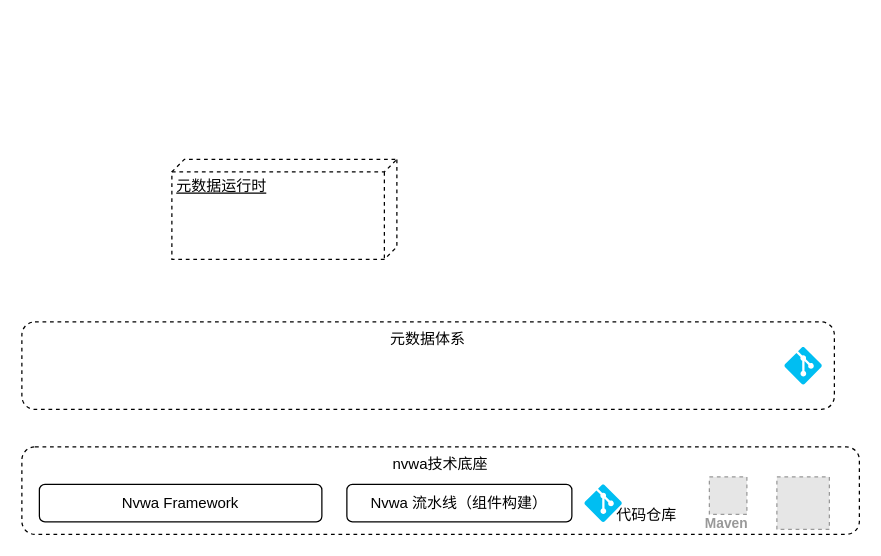
The draw.io diagram page "架构图" (1 of 2) of 轻量级业务构建体系.drawio in lornezhang66/draw.io, before the edit. Source tidied: cells renumbered, new cells numbered last; positions are measured from the earlier drawing's top-left corner, leaving out a move shared by most shapes. Both pictures are drawn from the tidied source at 125%, with x=0, y=0 at pixel (21, 159). Pictures stored in the file or linked from it are replaced by grey dashed boxes.
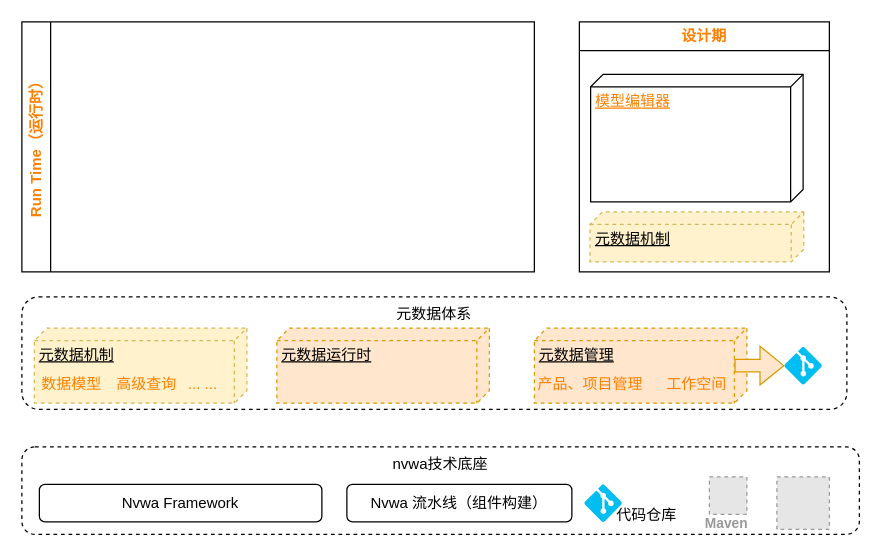
Above is the later version.

Commit message (it also covers changes not shown here):
更新轻量级业务构建体系.drawio

Unchanged cells that the change refers to:
```xml
<mxCell id="9" style="verticalLabelPosition=bottom;html=1;verticalAlign=top;align=center;strokeColor=none;fillColor=#00BEF2;shape=mxgraph.azure.git_repository;" parent="1" vertex="1">
  <mxGeometry x="610" y="150" width="30" height="30" as="geometry" />
</mxCell>
```

Diff of the diagram source:
```diff
@@
     <mxCell id="5" value="元数据体系" style="rounded=1;whiteSpace=wrap;html=1;verticalAlign=top;dashed=1;" parent="1" vertex="1">
-      <mxGeometry y="130" width="650" height="70" as="geometry" />
+      <mxGeometry y="110" width="660" height="90" as="geometry" />
     </mxCell>
@@
-    <mxCell id="10" value="元数据运行时" style="verticalAlign=top;align=left;spacingTop=8;spacingLeft=2;spacingRight=12;shape=cube;size=10;direction=south;fontStyle=4;html=1;dashed=1;" parent="1" vertex="1">
-      <mxGeometry x="120" width="180" height="80" as="geometry" />
+    <mxCell id="10" value="元数据机制" style="verticalAlign=top;align=left;spacingTop=8;spacingLeft=2;spacingRight=12;shape=cube;size=10;direction=south;fontStyle=4;html=1;dashed=1;fillColor=#fff2cc;strokeColor=#d6b656;" parent="1" vertex="1">
+      <mxGeometry x="10" y="135" width="170" height="60" as="geometry" />
     </mxCell>
@@
+    <mxCell id="13" value="数据模型" style="text;html=1;strokeColor=none;fillColor=none;align=center;verticalAlign=middle;whiteSpace=wrap;rounded=0;dashed=1;fontColor=#FF8000;" parent="1" vertex="1">
+      <mxGeometry x="10" y="170" width="60" height="20" as="geometry" />
+    </mxCell>
+    <mxCell id="14" value="高级查询" style="text;html=1;strokeColor=none;fillColor=none;align=center;verticalAlign=middle;whiteSpace=wrap;rounded=0;dashed=1;fontColor=#FF8000;" parent="1" vertex="1">
+      <mxGeometry x="70" y="170" width="60" height="20" as="geometry" />
+    </mxCell>
+    <mxCell id="15" value="... ..." style="text;html=1;strokeColor=none;fillColor=none;align=center;verticalAlign=middle;whiteSpace=wrap;rounded=0;dashed=1;fontColor=#FF8000;" parent="1" vertex="1">
+      <mxGeometry x="130" y="170" width="30" height="20" as="geometry" />
+    </mxCell>
+    <mxCell id="16" value="元数据运行时" style="verticalAlign=top;align=left;spacingTop=8;spacingLeft=2;spacingRight=12;shape=cube;size=10;direction=south;fontStyle=4;html=1;dashed=1;fillColor=#ffe6cc;strokeColor=#d79b00;" parent="1" vertex="1">
+      <mxGeometry x="204" y="135" width="170" height="60" as="geometry" />
+    </mxCell>
+    <mxCell id="17" value="元数据管理" style="verticalAlign=top;align=left;spacingTop=8;spacingLeft=2;spacingRight=12;shape=cube;size=10;direction=south;fontStyle=4;html=1;dashed=1;fillColor=#ffe6cc;strokeColor=#d79b00;" parent="1" vertex="1">
+      <mxGeometry x="410" y="135" width="170" height="60" as="geometry" />
+    </mxCell>
+    <mxCell id="18" value="工作空间" style="text;html=1;strokeColor=none;fillColor=none;align=center;verticalAlign=middle;whiteSpace=wrap;rounded=0;dashed=1;fontColor=#FF8000;" parent="1" vertex="1">
+      <mxGeometry x="510" y="170" width="60" height="20" as="geometry" />
+    </mxCell>
+    <mxCell id="19" value="产品、项目管理" style="text;html=1;strokeColor=none;fillColor=none;align=center;verticalAlign=middle;whiteSpace=wrap;rounded=0;dashed=1;fontColor=#FF8000;" parent="1" vertex="1">
+      <mxGeometry x="410" y="170" width="90" height="20" as="geometry" />
+    </mxCell>
+    <mxCell id="20" style="shape=flexArrow;endArrow=classic;html=1;rounded=0;fontColor=#FF8000;entryX=0;entryY=0.5;entryDx=0;entryDy=0;entryPerimeter=0;fillColor=#ffe6cc;strokeColor=#d79b00;" parent="1" edge="1" target="9">
+      <mxGeometry relative="1" as="geometry">
+        <mxPoint x="570" y="165" as="sourcePoint" />
+      </mxGeometry>
+    </mxCell>
+    <mxCell id="21" value="Run Time（运行时）" style="swimlane;horizontal=0;whiteSpace=wrap;html=1;fontColor=#FF8000;" parent="1" vertex="1">
+      <mxGeometry y="-110" width="410" height="200" as="geometry" />
+    </mxCell>
+    <mxCell id="22" value="设计期" style="swimlane;whiteSpace=wrap;html=1;fontColor=#FF8000;" parent="1" vertex="1">
+      <mxGeometry x="446" y="-110" width="200" height="200" as="geometry" />
+    </mxCell>
+    <mxCell id="23" value="元数据机制" style="verticalAlign=top;align=left;spacingTop=8;spacingLeft=2;spacingRight=12;shape=cube;size=10;direction=south;fontStyle=4;html=1;dashed=1;fillColor=#fff2cc;strokeColor=#d6b656;" parent="22" vertex="1">
+      <mxGeometry x="8.5" y="152" width="171" height="40" as="geometry" />
+    </mxCell>
+    <mxCell id="24" value="模型编辑器" style="verticalAlign=top;align=left;spacingTop=8;spacingLeft=2;spacingRight=12;shape=cube;size=10;direction=south;fontStyle=4;html=1;fontColor=#FF8000;" parent="22" vertex="1">
+      <mxGeometry x="9" y="42" width="170" height="102" as="geometry" />
+    </mxCell>
```
